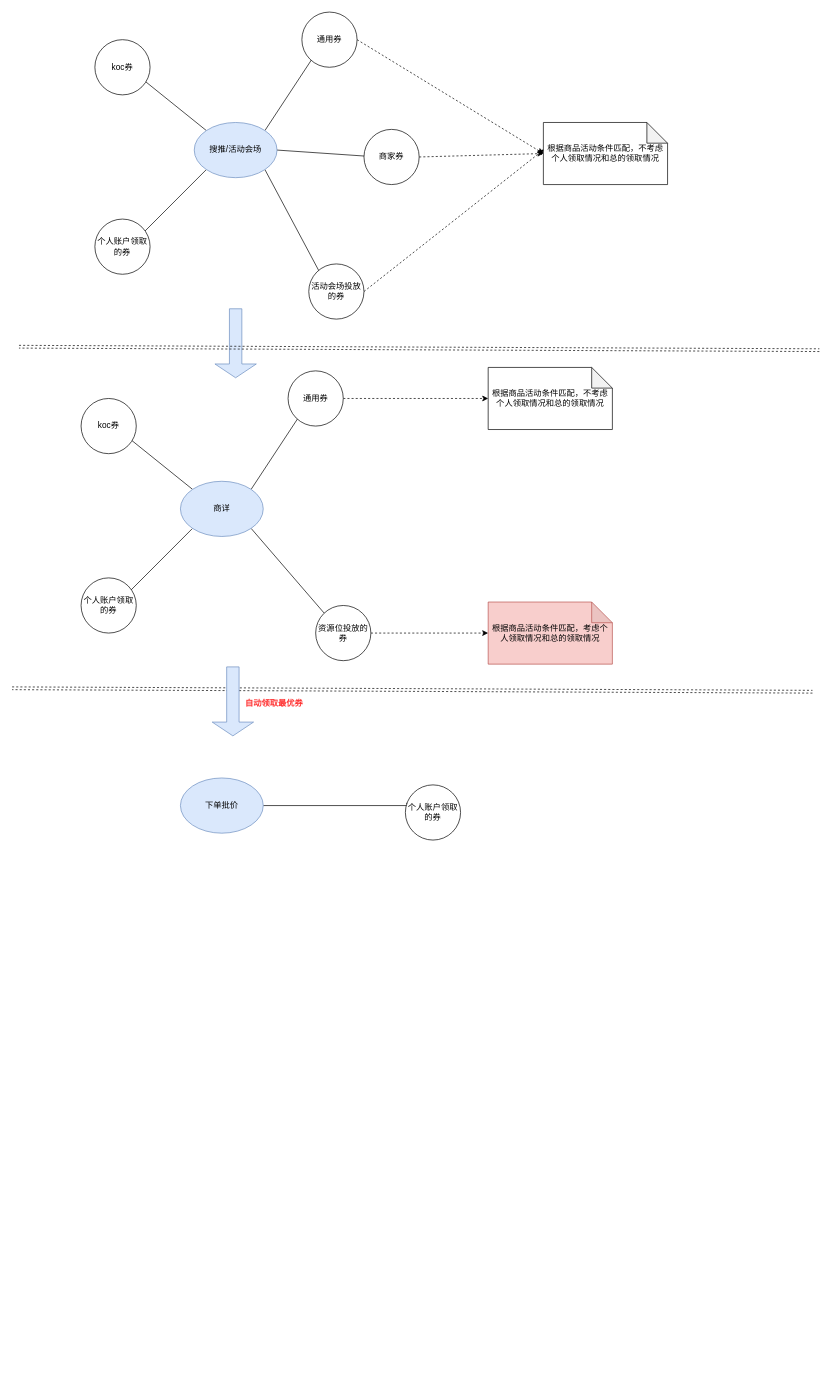
zengcrvip/basedemo keeps this draw.io diagram as page "Page-34" (32 of 32) of Untitled Diagram.drawio. Above is the earlier version. Source tidied: cells renumbered, new cells numbered last; positions are measured from the earlier drawing's top-left corner, leaving out a move shared by most shapes. Both pictures are drawn from the tidied source at 69%, with x=0, y=0 at pixel (12, 12).
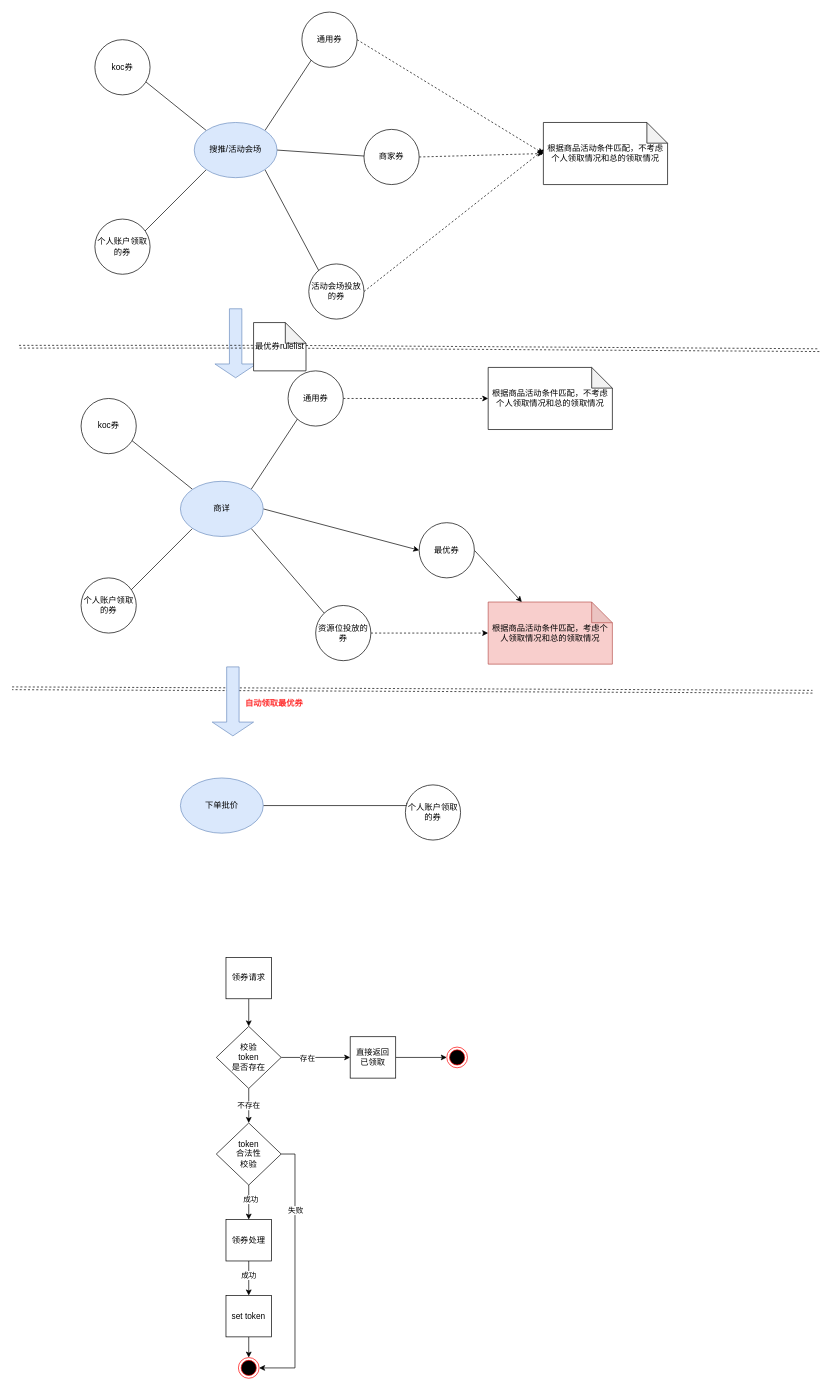
Above is the later version.

The change refers to these unchanged cells:
```xml
<mxCell id="21" value="商详" style="ellipse;whiteSpace=wrap;html=1;fillColor=#dae8fc;strokeColor=#6c8ebf;" parent="1" vertex="1">
  <mxGeometry x="244" y="680" width="120" height="80" as="geometry" />
</mxCell>
<mxCell id="31" value="根据商品活动条件匹配，考虑个人领取情况和总的领取情况" style="shape=note;whiteSpace=wrap;html=1;backgroundOutline=1;darkOpacity=0.05;fillColor=#f8cecc;strokeColor=#b85450;" parent="1" vertex="1">
  <mxGeometry x="690" y="855" width="180" height="90" as="geometry" />
</mxCell>
```

Change to the diagram source:
```diff
@@
+    <mxCell id="38" style="edgeStyle=none;rounded=0;jettySize=auto;html=1;exitX=1;exitY=0.5;exitDx=0;exitDy=0;entryX=0;entryY=0.5;entryDx=0;entryDy=0;fontColor=#FF3333;" parent="1" edge="1" source="21" target="60">
+      <mxGeometry relative="1" as="geometry" />
+    </mxCell>
@@
-    <mxCell id="32" style="shape=link;html=1;rounded=0;dashed=1;" parent="1" edge="1">
+    <mxCell id="32" style="shape=link;html=1;rounded=0;dashed=1;startArrow=none;" parent="1" edge="1" source="61">
       <mxGeometry relative="1" as="geometry">
-        <mxPoint x="10" y="485" as="sourcePoint" />
         <mxPoint x="1170" y="490" as="targetPoint" />
       </mxGeometry>
     </mxCell>
@@
+    <mxCell id="39" style="edgeStyle=none;rounded=0;jettySize=auto;html=1;exitX=0.5;exitY=1;exitDx=0;exitDy=0;entryX=0.5;entryY=0;entryDx=0;entryDy=0;fontColor=#000000;" parent="1" edge="1" source="40" target="44">
+      <mxGeometry relative="1" as="geometry" />
+    </mxCell>
+    <mxCell id="40" value="&lt;font color=&quot;#000000&quot;&gt;领券请求&lt;/font&gt;" style="rounded=0;whiteSpace=wrap;html=1;fontColor=#FF3333;align=center;" parent="1" vertex="1">
+      <mxGeometry x="310" y="1370" width="66" height="60" as="geometry" />
+    </mxCell>
+    <mxCell id="41" value="不存在" style="edgeStyle=none;rounded=0;jettySize=auto;html=1;exitX=0.5;exitY=1;exitDx=0;exitDy=0;entryX=0.5;entryY=0;entryDx=0;entryDy=0;fontColor=#000000;" parent="1" edge="1" source="44" target="52">
+      <mxGeometry relative="1" as="geometry" />
+    </mxCell>
+    <mxCell id="42" style="edgeStyle=none;rounded=0;jettySize=auto;html=1;exitX=1;exitY=0.5;exitDx=0;exitDy=0;entryX=0;entryY=0.5;entryDx=0;entryDy=0;fontColor=#000000;" parent="1" edge="1" source="44" target="54">
+      <mxGeometry relative="1" as="geometry" />
+    </mxCell>
+    <mxCell id="43" value="存在" style="edgeLabel;html=1;align=center;verticalAlign=middle;fontColor=#000000;" parent="42" vertex="1">
+      <mxGeometry x="-0.26" relative="1" as="geometry" />
+    </mxCell>
+    <mxCell id="44" value="&lt;div&gt;&lt;span&gt;校验&lt;/span&gt;&lt;/div&gt;token&lt;br&gt;是否存在" style="rhombus;whiteSpace=wrap;html=1;fontColor=#000000;align=center;" parent="1" vertex="1">
+      <mxGeometry x="296" y="1470" width="94" height="90" as="geometry" />
+    </mxCell>
+    <mxCell id="45" style="edgeStyle=none;rounded=0;jettySize=auto;html=1;exitX=0.5;exitY=1;exitDx=0;exitDy=0;fontColor=#000000;" parent="1" edge="1" source="47" target="58">
+      <mxGeometry relative="1" as="geometry" />
+    </mxCell>
+    <mxCell id="46" value="成功" style="edgeLabel;html=1;align=center;verticalAlign=middle;fontColor=#000000;" parent="45" vertex="1">
+      <mxGeometry x="-0.2" y="-1" relative="1" as="geometry" />
+    </mxCell>
+    <mxCell id="47" value="&lt;font color=&quot;#000000&quot;&gt;领券处理&lt;/font&gt;" style="rounded=0;whiteSpace=wrap;html=1;fontColor=#FF3333;align=center;" parent="1" vertex="1">
+      <mxGeometry x="310" y="1750" width="66" height="60" as="geometry" />
+    </mxCell>
+    <mxCell id="48" style="edgeStyle=none;rounded=0;jettySize=auto;html=1;exitX=0.5;exitY=1;exitDx=0;exitDy=0;fontColor=#000000;" parent="1" edge="1" source="52" target="47">
+      <mxGeometry relative="1" as="geometry" />
+    </mxCell>
+    <mxCell id="49" value="成功" style="edgeLabel;html=1;align=center;verticalAlign=middle;fontColor=#000000;" parent="48" vertex="1">
+      <mxGeometry x="-0.2" y="2" relative="1" as="geometry" />
+    </mxCell>
+    <mxCell id="50" style="edgeStyle=orthogonalEdgeStyle;rounded=0;jettySize=auto;html=1;exitX=1;exitY=0.5;exitDx=0;exitDy=0;entryX=1;entryY=0.5;entryDx=0;entryDy=0;fontColor=#000000;" parent="1" edge="1" source="52" target="56">
+      <mxGeometry relative="1" as="geometry" />
+    </mxCell>
+    <mxCell id="51" value="失败" style="edgeLabel;html=1;align=center;verticalAlign=middle;fontColor=#000000;" parent="50" vertex="1">
+      <mxGeometry x="-0.47" relative="1" as="geometry" />
+    </mxCell>
+    <mxCell id="52" value="&lt;div&gt;&lt;/div&gt;token&lt;br&gt;合法性&lt;br&gt;校验" style="rhombus;whiteSpace=wrap;html=1;fontColor=#000000;align=center;" parent="1" vertex="1">
+      <mxGeometry x="296" y="1610" width="94" height="90" as="geometry" />
+    </mxCell>
+    <mxCell id="53" style="edgeStyle=none;rounded=0;jettySize=auto;html=1;exitX=1;exitY=0.5;exitDx=0;exitDy=0;entryX=0;entryY=0.5;entryDx=0;entryDy=0;fontColor=#000000;" parent="1" edge="1" source="54" target="55">
+      <mxGeometry relative="1" as="geometry" />
+    </mxCell>
+    <mxCell id="54" value="&lt;font color=&quot;#000000&quot;&gt;直接返回&lt;br&gt;已领取&lt;/font&gt;" style="rounded=0;whiteSpace=wrap;html=1;fontColor=#FF3333;align=center;" parent="1" vertex="1">
+      <mxGeometry x="490" y="1485" width="66" height="60" as="geometry" />
+    </mxCell>
+    <mxCell id="55" style="ellipse;html=1;shape=endState;fillColor=#000000;strokeColor=#ff0000;" parent="1" vertex="1">
+      <mxGeometry x="630" y="1500" width="30" height="30" as="geometry" />
+    </mxCell>
+    <mxCell id="56" style="ellipse;html=1;shape=endState;fillColor=#000000;strokeColor=#ff0000;" parent="1" vertex="1">
+      <mxGeometry x="328" y="1950" width="30" height="30" as="geometry" />
+    </mxCell>
+    <mxCell id="57" style="edgeStyle=none;rounded=0;jettySize=auto;html=1;exitX=0.5;exitY=1;exitDx=0;exitDy=0;entryX=0.5;entryY=0;entryDx=0;entryDy=0;fontColor=#000000;" parent="1" edge="1" source="58" target="56">
+      <mxGeometry relative="1" as="geometry" />
+    </mxCell>
+    <mxCell id="58" value="&lt;font color=&quot;#000000&quot;&gt;set token&lt;/font&gt;" style="rounded=0;whiteSpace=wrap;html=1;fontColor=#FF3333;align=center;" parent="1" vertex="1">
+      <mxGeometry x="310" y="1860" width="66" height="60" as="geometry" />
+    </mxCell>
+    <mxCell id="59" style="edgeStyle=none;rounded=0;jettySize=auto;html=1;exitX=1;exitY=0.5;exitDx=0;exitDy=0;fontColor=#FF3333;" parent="1" edge="1" source="60" target="31">
+      <mxGeometry relative="1" as="geometry" />
+    </mxCell>
+    <mxCell id="60" value="最优券" style="ellipse;whiteSpace=wrap;html=1;" parent="1" vertex="1">
+      <mxGeometry x="590" y="740" width="80" height="80" as="geometry" />
+    </mxCell>
+    <mxCell id="61" value="最优券rulelist" style="shape=note;whiteSpace=wrap;html=1;backgroundOutline=1;darkOpacity=0.05;fontColor=#000000;align=center;" parent="1" vertex="1">
+      <mxGeometry x="350" y="450" width="76" height="70" as="geometry" />
+    </mxCell>
+    <mxCell id="62" style="shape=link;html=1;rounded=0;dashed=1;endArrow=none;" parent="1" edge="1" target="61">
+      <mxGeometry relative="1" as="geometry">
+        <mxPoint x="10" y="485" as="sourcePoint" />
+      </mxGeometry>
+    </mxCell>
```
